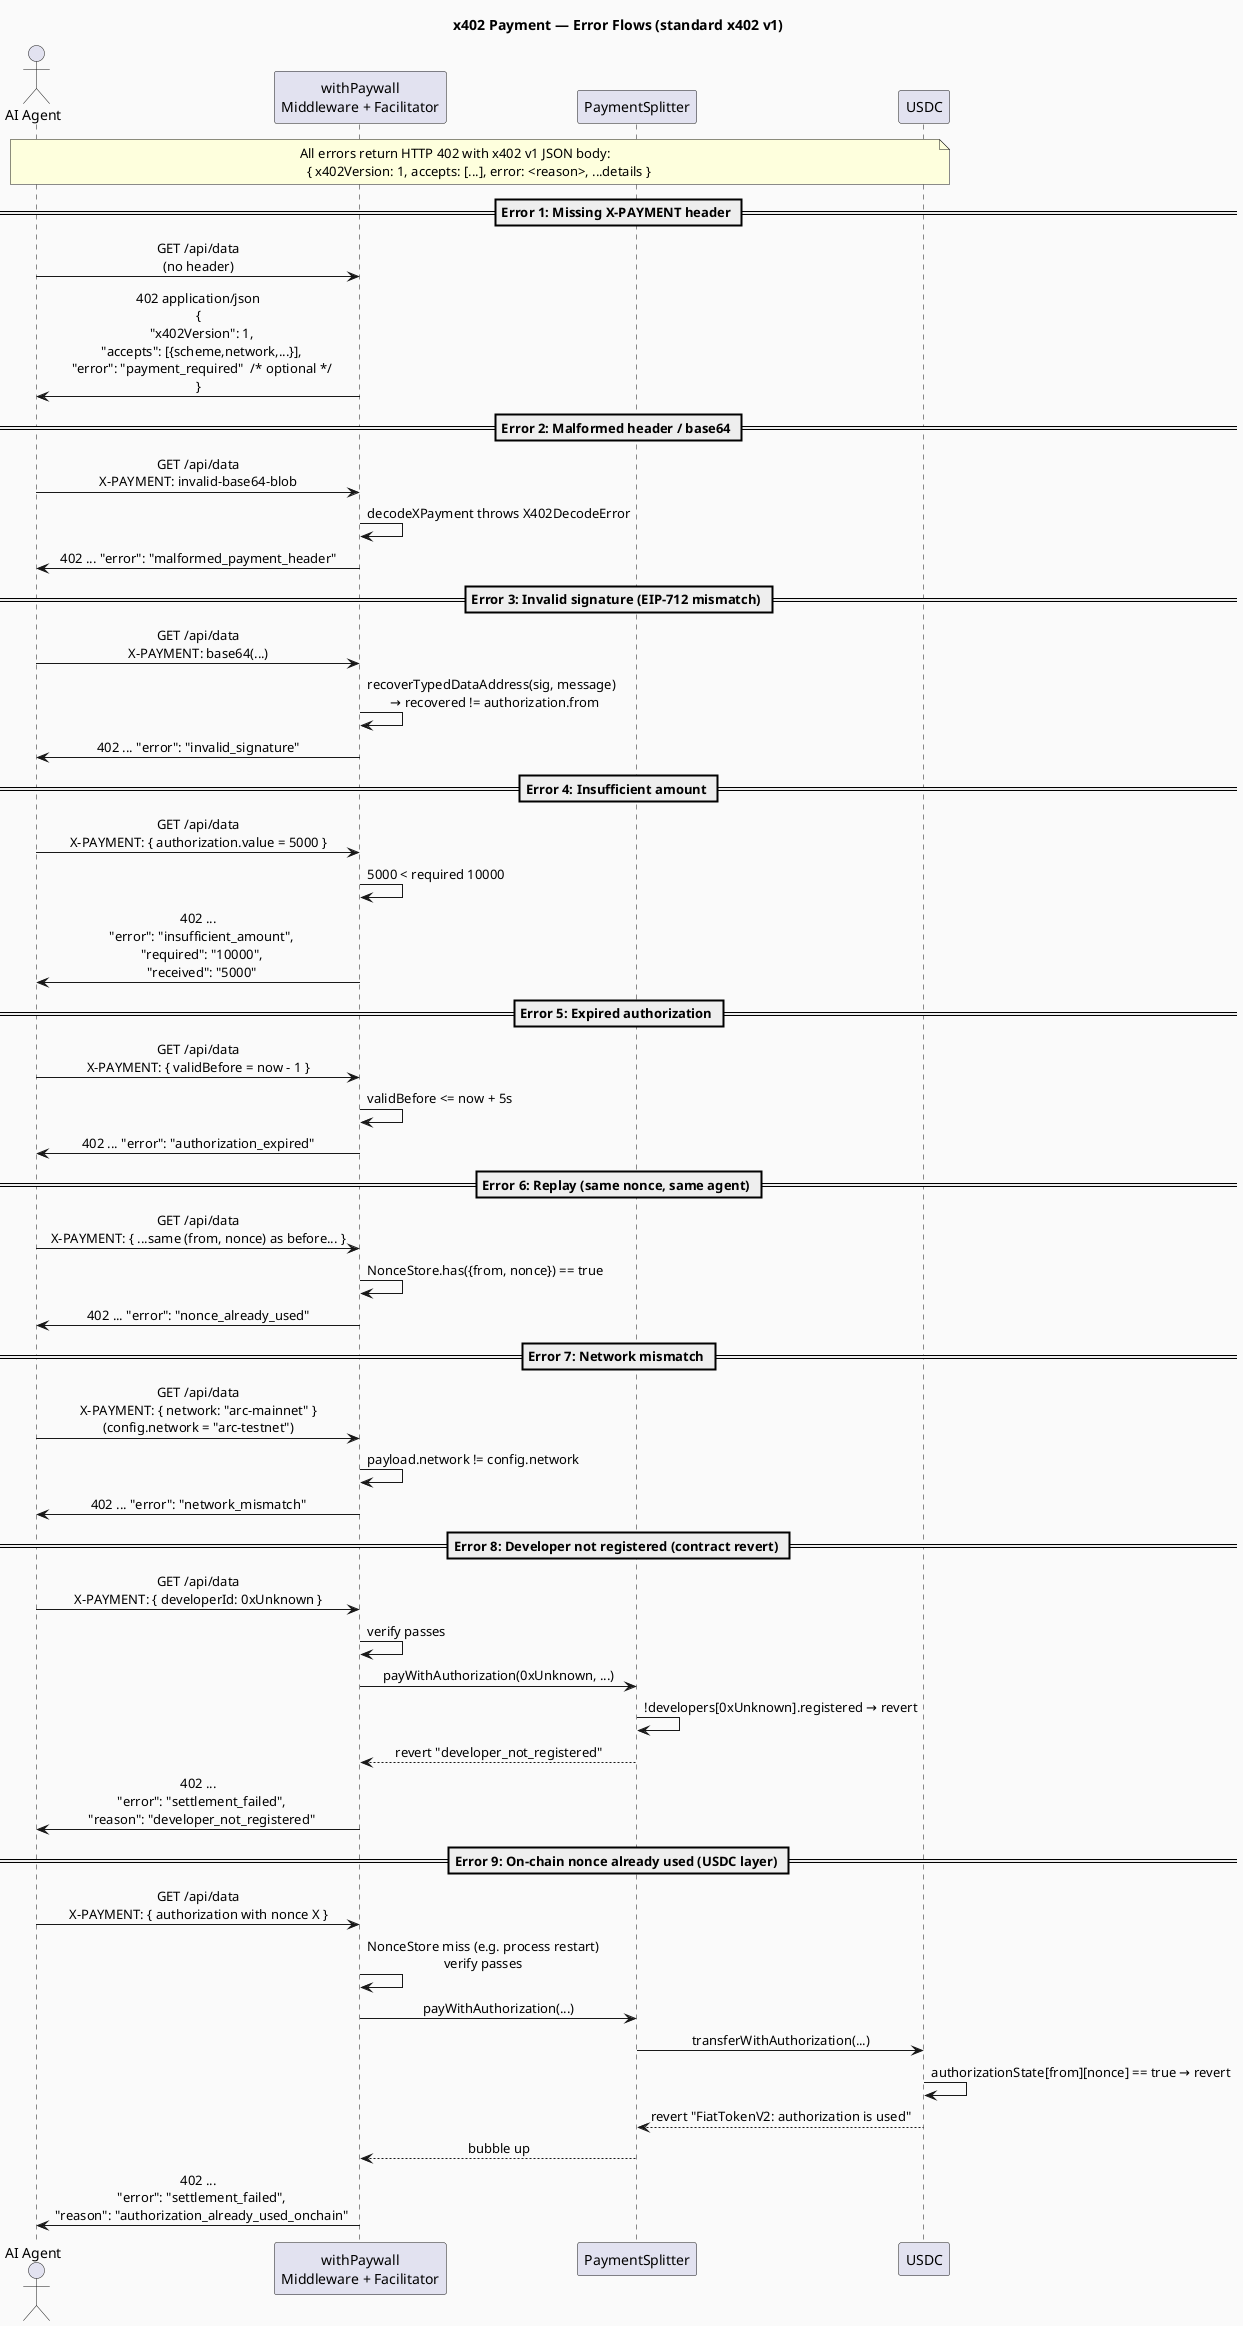
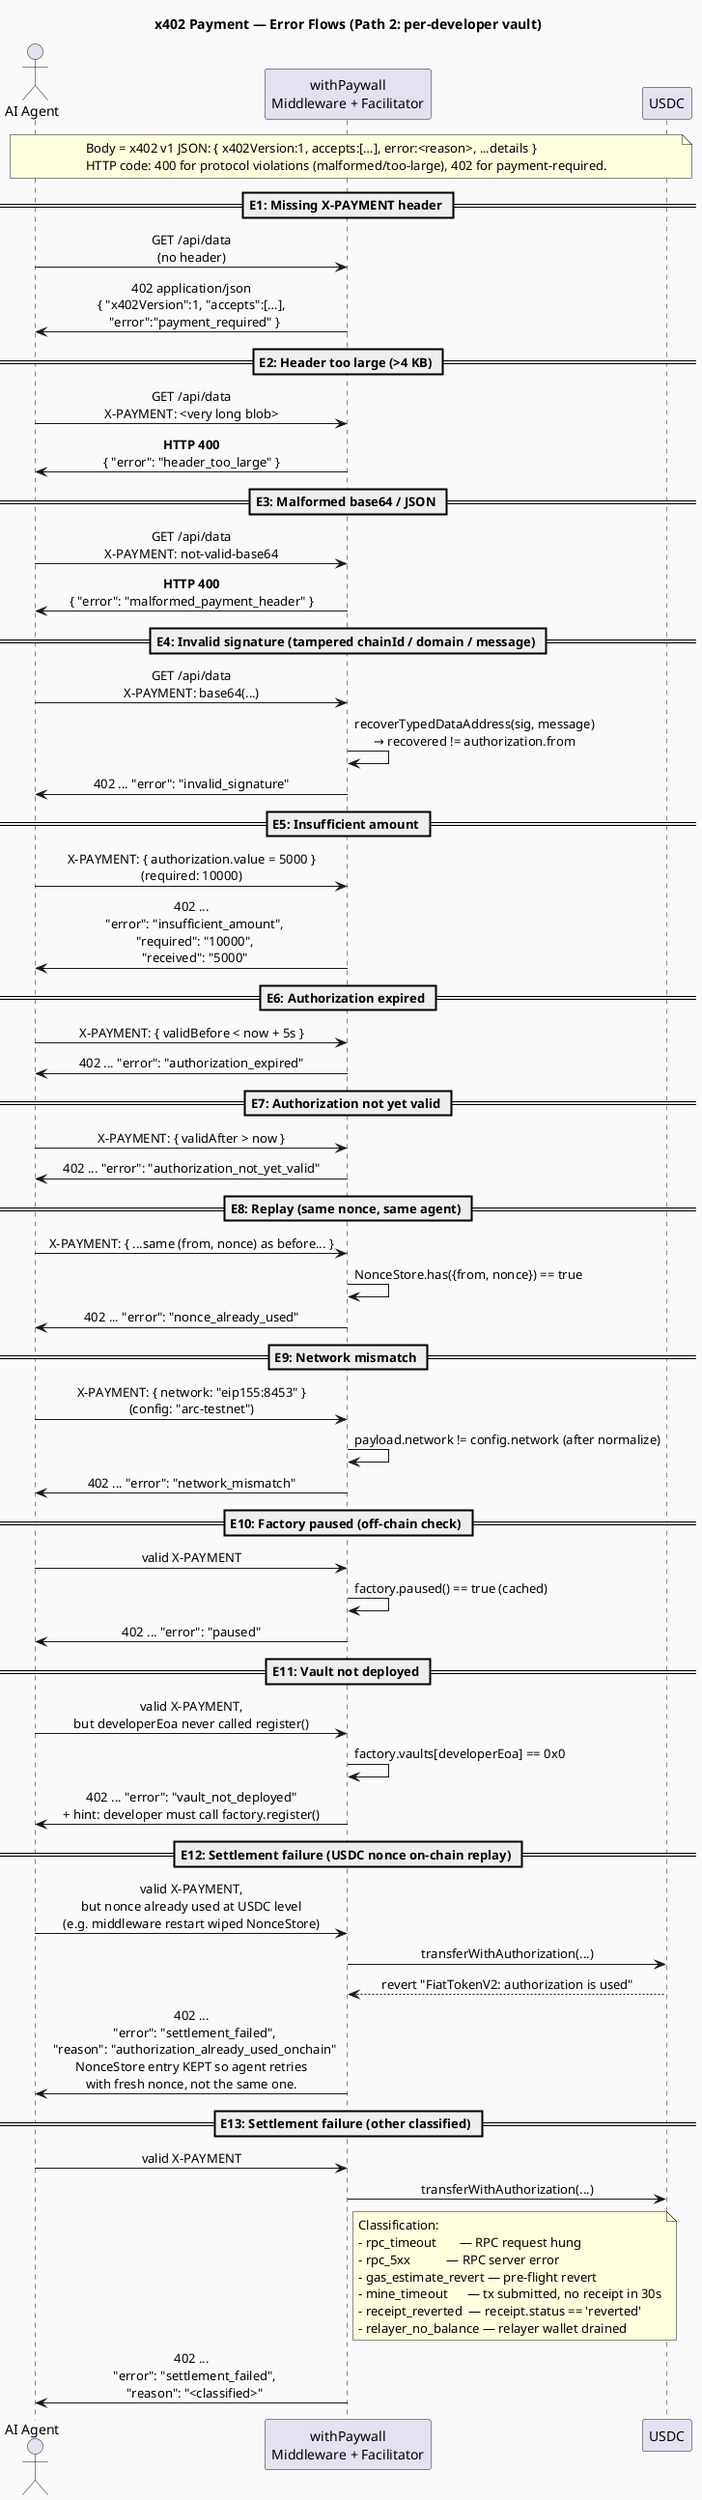
@startuml payment-error-flows
- title x402 Payment — Error Flows (standard x402 v1)
+ title x402 Payment — Error Flows (Path 2: per-developer vault)

skinparam sequenceMessageAlign center
skinparam backgroundColor #FAFAFA

actor "AI Agent" as Agent
participant "withPaywall\nMiddleware + Facilitator" as MW
- participant "PaymentSplitter" as Splitter
participant "USDC" as USDC

- note across : All errors return HTTP 402 with x402 v1 JSON body:\n  { x402Version: 1, accepts: [...], error: <reason>, ...details }
+ note across : Body = x402 v1 JSON: { x402Version:1, accepts:[…], error:<reason>, ...details }\nHTTP code: 400 for protocol violations (malformed/too-large), 402 for payment-required.

- == Error 1: Missing X-PAYMENT header ==
+ == E1: Missing X-PAYMENT header ==
+ Agent -> MW : GET /api/data\n(no header)
+ MW -> Agent : 402 application/json\n{ "x402Version":1, "accepts":[…],\n  "error":"payment_required" }

- Agent -> MW : GET /api/data\n(no header)
- MW -> Agent : 402 application/json\n{\n  "x402Version": 1,\n  "accepts": [{scheme,network,...}],\n  "error": "payment_required"  /* optional */\n}
+ == E2: Header too large (>4 KB) ==
+ Agent -> MW : GET /api/data\nX-PAYMENT: <very long blob>
+ MW -> Agent : **HTTP 400**\n{ "error": "header_too_large" }

- == Error 2: Malformed header / base64 ==
+ == E3: Malformed base64 / JSON ==
+ Agent -> MW : GET /api/data\nX-PAYMENT: not-valid-base64
+ MW -> Agent : **HTTP 400**\n{ "error": "malformed_payment_header" }

- Agent -> MW : GET /api/data\nX-PAYMENT: invalid-base64-blob
- MW -> MW : decodeXPayment throws X402DecodeError
- MW -> Agent : 402 ... "error": "malformed_payment_header"
- 
- == Error 3: Invalid signature (EIP-712 mismatch) ==
- 
+ == E4: Invalid signature (tampered chainId / domain / message) ==
Agent -> MW : GET /api/data\nX-PAYMENT: base64(...)
- MW -> MW : recoverTypedDataAddress(sig, message)\n  → recovered != authorization.from
+ MW -> MW : recoverTypedDataAddress(sig, message)\n→ recovered != authorization.from
MW -> Agent : 402 ... "error": "invalid_signature"

- == Error 4: Insufficient amount ==
- 
- Agent -> MW : GET /api/data\nX-PAYMENT: { authorization.value = 5000 }
- MW -> MW : 5000 < required 10000
+ == E5: Insufficient amount ==
+ Agent -> MW : X-PAYMENT: { authorization.value = 5000 }\n(required: 10000)
MW -> Agent : 402 ...\n  "error": "insufficient_amount",\n  "required": "10000",\n  "received": "5000"

- == Error 5: Expired authorization ==
- 
- Agent -> MW : GET /api/data\nX-PAYMENT: { validBefore = now - 1 }
- MW -> MW : validBefore <= now + 5s
+ == E6: Authorization expired ==
+ Agent -> MW : X-PAYMENT: { validBefore < now + 5s }
MW -> Agent : 402 ... "error": "authorization_expired"

- == Error 6: Replay (same nonce, same agent) ==
+ == E7: Authorization not yet valid ==
+ Agent -> MW : X-PAYMENT: { validAfter > now }
+ MW -> Agent : 402 ... "error": "authorization_not_yet_valid"

- Agent -> MW : GET /api/data\nX-PAYMENT: { ...same (from, nonce) as before... }
+ == E8: Replay (same nonce, same agent) ==
+ Agent -> MW : X-PAYMENT: { ...same (from, nonce) as before... }
MW -> MW : NonceStore.has({from, nonce}) == true
MW -> Agent : 402 ... "error": "nonce_already_used"

- == Error 7: Network mismatch ==
- 
- Agent -> MW : GET /api/data\nX-PAYMENT: { network: "arc-mainnet" }\n(config.network = "arc-testnet")
- MW -> MW : payload.network != config.network
+ == E9: Network mismatch ==
+ Agent -> MW : X-PAYMENT: { network: "eip155:8453" }\n(config: "arc-testnet")
+ MW -> MW : payload.network != config.network (after normalize)
MW -> Agent : 402 ... "error": "network_mismatch"

- == Error 8: Developer not registered (contract revert) ==
+ == E10: Factory paused (off-chain check) ==
+ Agent -> MW : valid X-PAYMENT
+ MW -> MW : factory.paused() == true (cached)
+ MW -> Agent : 402 ... "error": "paused"

- Agent -> MW : GET /api/data\nX-PAYMENT: { developerId: 0xUnknown }
- MW -> MW : verify passes
- MW -> Splitter : payWithAuthorization(0xUnknown, ...)
- Splitter -> Splitter : !developers[0xUnknown].registered → revert
- Splitter --> MW : revert "developer_not_registered"
- MW -> Agent : 402 ...\n  "error": "settlement_failed",\n  "reason": "developer_not_registered"
+ == E11: Vault not deployed ==
+ Agent -> MW : valid X-PAYMENT,\nbut developerEoa never called register()
+ MW -> MW : factory.vaults[developerEoa] == 0x0
+ MW -> Agent : 402 ... "error": "vault_not_deployed"\n+ hint: developer must call factory.register()

- == Error 9: On-chain nonce already used (USDC layer) ==
+ == E12: Settlement failure (USDC nonce on-chain replay) ==
+ Agent -> MW : valid X-PAYMENT,\nbut nonce already used at USDC level\n(e.g. middleware restart wiped NonceStore)
+ MW -> USDC : transferWithAuthorization(...)
+ USDC --> MW : revert "FiatTokenV2: authorization is used"
+ MW -> Agent : 402 ...\n  "error": "settlement_failed",\n  "reason": "authorization_already_used_onchain"\nNonceStore entry KEPT so agent retries\nwith fresh nonce, not the same one.

- Agent -> MW : GET /api/data\nX-PAYMENT: { authorization with nonce X }
- MW -> MW : NonceStore miss (e.g. process restart)\nverify passes
- MW -> Splitter : payWithAuthorization(...)
- Splitter -> USDC : transferWithAuthorization(...)
- USDC -> USDC : authorizationState[from][nonce] == true → revert
- USDC --> Splitter : revert "FiatTokenV2: authorization is used"
- Splitter --> MW : bubble up
- MW -> Agent : 402 ...\n  "error": "settlement_failed",\n  "reason": "authorization_already_used_onchain"
+ == E13: Settlement failure (other classified) ==
+ Agent -> MW : valid X-PAYMENT
+ MW -> USDC : transferWithAuthorization(...)
+ note right of MW
+   Classification:
+   - rpc_timeout       — RPC request hung
+   - rpc_5xx           — RPC server error
+   - gas_estimate_revert — pre-flight revert
+   - mine_timeout      — tx submitted, no receipt in 30s
+   - receipt_reverted  — receipt.status == 'reverted'
+   - relayer_no_balance — relayer wallet drained
+ end note
+ MW -> Agent : 402 ...\n  "error": "settlement_failed",\n  "reason": "<classified>"

@enduml
